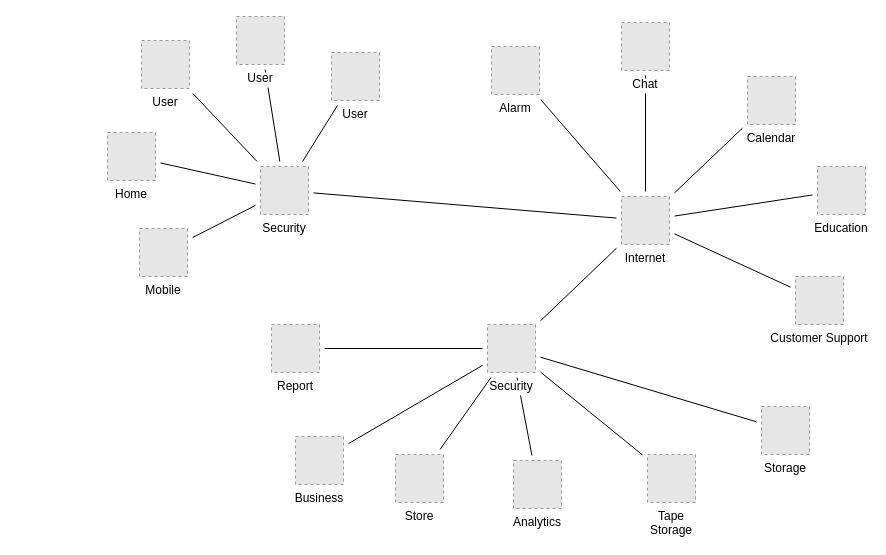
Above: EXO-graven/Heimdall.drawio in vogeaux/EXO-apprentissage (draw.io), before the change. Source tidied: cells renumbered, new cells numbered last; positions are measured from the earlier drawing's top-left corner, leaving out a move shared by most shapes. Both pictures are drawn from the tidied source at 100%, with x=0, y=0 at pixel (107, 16). Pictures stored in the file or linked from it are replaced by grey dashed boxes.
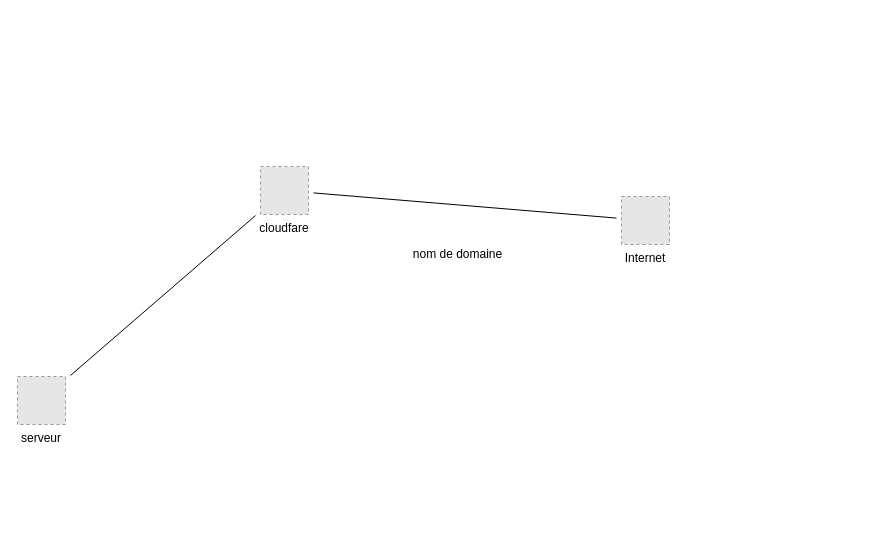
The same page after the edit.

Unchanged cells that the change refers to:
```xml
<mxCell id="30" value="Internet" style="fillColor=#E6E6E6;strokeColor=#999999;dashed=1;verticalLabelPosition=bottom;verticalAlign=top;labelBackgroundColor=#ffffff;" parent="1" vertex="1">
  <mxGeometry x="514" y="180" width="48" height="48" as="geometry" />
</mxCell>
```

What changed in the source:
```diff
@@
-    <mxCell id="2" style="edgeStyle=none;rounded=0;jettySize=auto;html=1;sourcePerimeterSpacing=5;endArrow=none;endFill=0;targetPerimeterSpacing=5;" parent="1" edge="1" source="21" target="31">
+    <mxCell id="2" style="edgeStyle=none;rounded=0;jettySize=auto;html=1;sourcePerimeterSpacing=5;endArrow=none;endFill=0;targetPerimeterSpacing=5;" parent="1" edge="1" source="39" target="31">
       <mxGeometry relative="1" as="geometry" />
     </mxCell>
-    <mxCell id="3" style="edgeStyle=none;rounded=0;jettySize=auto;html=1;sourcePerimeterSpacing=5;endArrow=none;endFill=0;targetPerimeterSpacing=5;" parent="1" edge="1" source="24" target="31">
-      <mxGeometry relative="1" as="geometry" />
-    </mxCell>
-    <mxCell id="4" style="edgeStyle=none;rounded=0;jettySize=auto;html=1;sourcePerimeterSpacing=5;endArrow=none;endFill=0;targetPerimeterSpacing=5;" parent="1" edge="1" source="30" target="26">
-      <mxGeometry relative="1" as="geometry" />
-    </mxCell>
-    <mxCell id="5" style="edgeStyle=none;rounded=0;jettySize=auto;html=1;sourcePerimeterSpacing=5;endArrow=none;endFill=0;targetPerimeterSpacing=5;" parent="1" edge="1" source="30" target="22">
-      <mxGeometry relative="1" as="geometry" />
-    </mxCell>
-    <mxCell id="6" style="edgeStyle=none;rounded=0;jettySize=auto;html=1;sourcePerimeterSpacing=5;endArrow=none;endFill=0;targetPerimeterSpacing=5;" parent="1" edge="1" source="30" target="32">
-      <mxGeometry relative="1" as="geometry" />
-    </mxCell>
-    <mxCell id="7" style="edgeStyle=none;rounded=0;jettySize=auto;html=1;sourcePerimeterSpacing=5;endArrow=none;endFill=0;targetPerimeterSpacing=5;" parent="1" edge="1" source="30" target="25">
-      <mxGeometry relative="1" as="geometry" />
-    </mxCell>
-    <mxCell id="8" style="edgeStyle=none;rounded=0;jettySize=auto;html=1;sourcePerimeterSpacing=5;endArrow=none;endFill=0;targetPerimeterSpacing=5;" parent="1" edge="1" source="30" target="23">
-      <mxGeometry relative="1" as="geometry" />
-    </mxCell>
-    <mxCell id="9" style="edgeStyle=none;rounded=0;jettySize=auto;html=1;sourcePerimeterSpacing=5;endArrow=none;endFill=0;targetPerimeterSpacing=5;" parent="1" edge="1" source="30" target="38">
-      <mxGeometry relative="1" as="geometry" />
-    </mxCell>
@@
-    <mxCell id="11" style="edgeStyle=none;rounded=0;jettySize=auto;html=1;sourcePerimeterSpacing=5;endArrow=none;endFill=0;targetPerimeterSpacing=5;" parent="1" edge="1" source="35" target="31">
-      <mxGeometry relative="1" as="geometry" />
-    </mxCell>
-    <mxCell id="12" style="rounded=0;jettySize=auto;html=1;endArrow=none;endFill=0;sourcePerimeterSpacing=5;targetPerimeterSpacing=5;" parent="1" edge="1" source="36" target="31">
-      <mxGeometry relative="1" as="geometry" />
-    </mxCell>
-    <mxCell id="13" style="edgeStyle=none;rounded=0;jettySize=auto;html=1;sourcePerimeterSpacing=5;endArrow=none;endFill=0;targetPerimeterSpacing=5;" parent="1" edge="1" source="37" target="31">
-      <mxGeometry relative="1" as="geometry" />
-    </mxCell>
-    <mxCell id="14" style="edgeStyle=none;rounded=0;jettySize=auto;html=1;sourcePerimeterSpacing=5;endArrow=none;endFill=0;targetPerimeterSpacing=5;" parent="1" edge="1" source="38" target="28">
-      <mxGeometry relative="1" as="geometry" />
-    </mxCell>
-    <mxCell id="15" style="edgeStyle=none;rounded=0;jettySize=auto;html=1;sourcePerimeterSpacing=5;endArrow=none;endFill=0;targetPerimeterSpacing=5;" parent="1" edge="1" source="38" target="27">
-      <mxGeometry relative="1" as="geometry" />
-    </mxCell>
-    <mxCell id="16" style="edgeStyle=none;rounded=0;jettySize=auto;html=1;sourcePerimeterSpacing=5;endArrow=none;endFill=0;targetPerimeterSpacing=5;" parent="1" edge="1" source="38" target="34">
-      <mxGeometry relative="1" as="geometry" />
-    </mxCell>
-    <mxCell id="17" style="edgeStyle=none;rounded=0;jettySize=auto;html=1;sourcePerimeterSpacing=5;endArrow=none;endFill=0;targetPerimeterSpacing=5;" parent="1" edge="1" source="38" target="33">
-      <mxGeometry relative="1" as="geometry" />
-    </mxCell>
-    <mxCell id="18" style="edgeStyle=none;rounded=0;jettySize=auto;html=1;sourcePerimeterSpacing=5;endArrow=none;endFill=0;targetPerimeterSpacing=5;" parent="1" edge="1" source="38" target="20">
-      <mxGeometry relative="1" as="geometry" />
-    </mxCell>
-    <mxCell id="19" style="edgeStyle=none;rounded=0;jettySize=auto;html=1;sourcePerimeterSpacing=5;endArrow=none;endFill=0;targetPerimeterSpacing=5;" parent="1" edge="1" source="38" target="29">
-      <mxGeometry relative="1" as="geometry" />
-    </mxCell>
-    <mxCell id="20" value="Tape&#10;Storage" style="fillColor=#E6E6E6;strokeColor=#999999;dashed=1;verticalLabelPosition=bottom;verticalAlign=top;labelBackgroundColor=#ffffff;" parent="1" vertex="1">
-      <mxGeometry x="540" y="438" width="48" height="48" as="geometry" />
-    </mxCell>
-    <mxCell id="21" value="Mobile" style="fillColor=#E6E6E6;strokeColor=#999999;dashed=1;verticalLabelPosition=bottom;verticalAlign=top;labelBackgroundColor=#ffffff;" parent="1" vertex="1">
-      <mxGeometry x="32" y="212" width="48" height="48" as="geometry" />
-    </mxCell>
-    <mxCell id="22" value="Chat" style="fillColor=#E6E6E6;strokeColor=#999999;dashed=1;verticalLabelPosition=bottom;verticalAlign=top;labelBackgroundColor=#ffffff;" parent="1" vertex="1">
-      <mxGeometry x="514" y="6" width="48" height="48" as="geometry" />
-    </mxCell>
-    <mxCell id="23" value="Customer Support" style="fillColor=#E6E6E6;strokeColor=#999999;dashed=1;verticalLabelPosition=bottom;verticalAlign=top;labelBackgroundColor=#ffffff;" parent="1" vertex="1">
-      <mxGeometry x="688" y="260" width="48" height="48" as="geometry" />
-    </mxCell>
-    <mxCell id="24" value="Home" style="fillColor=#E6E6E6;strokeColor=#999999;dashed=1;verticalLabelPosition=bottom;verticalAlign=top;labelBackgroundColor=#ffffff;" parent="1" vertex="1">
-      <mxGeometry y="116" width="48" height="48" as="geometry" />
-    </mxCell>
-    <mxCell id="25" value="Education" style="fillColor=#E6E6E6;strokeColor=#999999;dashed=1;verticalLabelPosition=bottom;verticalAlign=top;labelBackgroundColor=#ffffff;" parent="1" vertex="1">
-      <mxGeometry x="710" y="150" width="48" height="48" as="geometry" />
-    </mxCell>
-    <mxCell id="26" value="Alarm" style="fillColor=#E6E6E6;strokeColor=#999999;dashed=1;verticalLabelPosition=bottom;verticalAlign=top;labelBackgroundColor=#ffffff;" parent="1" vertex="1">
-      <mxGeometry x="384" y="30" width="48" height="48" as="geometry" />
-    </mxCell>
-    <mxCell id="27" value="Business" style="fillColor=#E6E6E6;strokeColor=#999999;dashed=1;verticalLabelPosition=bottom;verticalAlign=top;labelBackgroundColor=#ffffff;" parent="1" vertex="1">
-      <mxGeometry x="188" y="420" width="48" height="48" as="geometry" />
-    </mxCell>
-    <mxCell id="28" value="Report" style="fillColor=#E6E6E6;strokeColor=#999999;dashed=1;verticalLabelPosition=bottom;verticalAlign=top;labelBackgroundColor=#ffffff;" parent="1" vertex="1">
-      <mxGeometry x="164" y="308" width="48" height="48" as="geometry" />
-    </mxCell>
-    <mxCell id="29" value="Storage" style="fillColor=#E6E6E6;strokeColor=#999999;dashed=1;verticalLabelPosition=bottom;verticalAlign=top;labelBackgroundColor=#ffffff;" parent="1" vertex="1">
-      <mxGeometry x="654" y="390" width="48" height="48" as="geometry" />
-    </mxCell>
@@
-    <mxCell id="31" value="Security" style="fillColor=#E6E6E6;strokeColor=#999999;dashed=1;verticalLabelPosition=bottom;verticalAlign=top;labelBackgroundColor=#ffffff;" parent="1" vertex="1">
+    <mxCell id="31" value="cloudfare&#10;" style="fillColor=#E6E6E6;strokeColor=#999999;dashed=1;verticalLabelPosition=bottom;verticalAlign=top;labelBackgroundColor=#ffffff;" parent="1" vertex="1">
       <mxGeometry x="153" y="150" width="48" height="48" as="geometry" />
     </mxCell>
-    <mxCell id="32" value="Calendar" style="fillColor=#E6E6E6;strokeColor=#999999;dashed=1;verticalLabelPosition=bottom;verticalAlign=top;labelBackgroundColor=#ffffff;" parent="1" vertex="1">
-      <mxGeometry x="640" y="60" width="48" height="48" as="geometry" />
-    </mxCell>
-    <mxCell id="33" value="Analytics" style="fillColor=#E6E6E6;strokeColor=#999999;dashed=1;verticalLabelPosition=bottom;verticalAlign=top;labelBackgroundColor=#ffffff;" parent="1" vertex="1">
-      <mxGeometry x="406" y="444" width="48" height="48" as="geometry" />
-    </mxCell>
-    <mxCell id="34" value="Store" style="fillColor=#E6E6E6;strokeColor=#999999;dashed=1;verticalLabelPosition=bottom;verticalAlign=top;labelBackgroundColor=#ffffff;" parent="1" vertex="1">
-      <mxGeometry x="288" y="438" width="48" height="48" as="geometry" />
-    </mxCell>
-    <mxCell id="35" value="User" style="fillColor=#E6E6E6;strokeColor=#999999;dashed=1;verticalLabelPosition=bottom;verticalAlign=top;labelBackgroundColor=#ffffff;" parent="1" vertex="1">
-      <mxGeometry x="34" y="24" width="48" height="48" as="geometry" />
-    </mxCell>
-    <mxCell id="36" value="User" style="fillColor=#E6E6E6;strokeColor=#999999;dashed=1;verticalLabelPosition=bottom;verticalAlign=top;labelBackgroundColor=#ffffff;" parent="1" vertex="1">
-      <mxGeometry x="224" y="36" width="48" height="48" as="geometry" />
-    </mxCell>
-    <mxCell id="37" value="User" style="fillColor=#E6E6E6;strokeColor=#999999;dashed=1;verticalLabelPosition=bottom;verticalAlign=top;labelBackgroundColor=#ffffff;" parent="1" vertex="1">
-      <mxGeometry x="129" width="48" height="48" as="geometry" />
-    </mxCell>
-    <mxCell id="38" value="Security" style="fillColor=#E6E6E6;strokeColor=#999999;dashed=1;verticalLabelPosition=bottom;verticalAlign=top;labelBackgroundColor=#ffffff;" parent="1" vertex="1">
-      <mxGeometry x="380" y="308" width="48" height="48" as="geometry" />
-    </mxCell>
+    <mxCell id="39" value="serveur" style="fillColor=#E6E6E6;strokeColor=#999999;dashed=1;verticalLabelPosition=bottom;verticalAlign=top;" parent="1" vertex="1">
+      <mxGeometry x="-90" y="360" width="48" height="48" as="geometry" />
+    </mxCell>
+    <mxCell id="40" value="nom de domaine" style="text;html=1;align=center;verticalAlign=middle;strokeColor=none;" parent="1" vertex="1">
+      <mxGeometry x="300" y="228" width="100" height="20" as="geometry" />
+    </mxCell>
```
